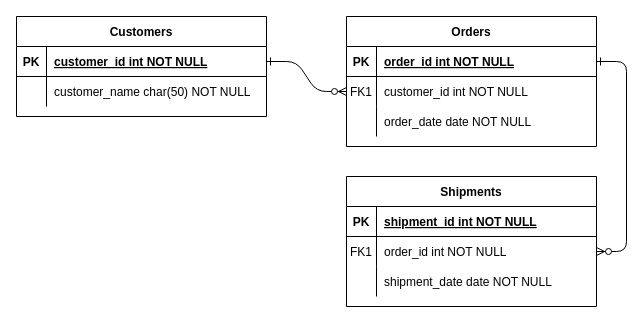
The-G-Man-Half-Life/PracticaMVC keeps this draw.io diagram as Diagrams/EntityRelationshipDiagram.drawio. Above is the earlier version. Source tidied: cells renumbered, new cells numbered last; positions are measured from the earlier drawing's top-left corner, leaving out a move shared by most shapes. Both pictures are drawn from the tidied source at 100%, with x=0, y=0 at pixel (16, 16).
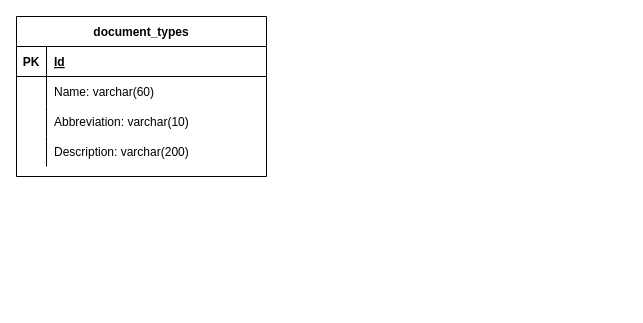
Above is the later version.

Commit message:
feat: creation of the ER diagram

Unchanged cells that the change refers to:
```xml
<mxCell id="25" style="shape=partialRectangle;fillColor=none;points=[[0,0.5],[1,0.5]];portConstraint=eastwest;top=0;left=0;right=0;bottom=1;" parent="24" vertex="1">
  <mxGeometry y="30" width="250" height="30" as="geometry" />
</mxCell>
<mxCell id="28" style="shape=partialRectangle;fillColor=none;top=0;left=0;right=0;bottom=0;" parent="24" vertex="1">
  <mxGeometry y="60" width="250" height="30" as="geometry" />
</mxCell>
```

The edit, as a diff of the source:
```diff
@@
-    <mxCell id="2" style="edgeStyle=entityRelationEdgeStyle;endArrow=ERzeroToMany;startArrow=ERone;endFill=1;startFill=0;" parent="1" edge="1" source="25" target="8">
-      <mxGeometry relative="1" as="geometry" />
-    </mxCell>
-    <mxCell id="3" style="edgeStyle=entityRelationEdgeStyle;endArrow=ERzeroToMany;startArrow=ERone;endFill=1;startFill=0;" parent="1" edge="1" source="5" target="18">
-      <mxGeometry relative="1" as="geometry" />
-    </mxCell>
-    <mxCell id="4" value="Orders" style="shape=table;startSize=30;childLayout=tableLayout;rowLines=0;fontStyle=1;align=center;" parent="1" vertex="1">
-      <mxGeometry x="330" width="250" height="130" as="geometry" />
-    </mxCell>
-    <mxCell id="5" style="shape=partialRectangle;fillColor=none;points=[[0,0.5],[1,0.5]];portConstraint=eastwest;top=0;left=0;right=0;bottom=1;" parent="4" vertex="1">
-      <mxGeometry y="30" width="250" height="30" as="geometry" />
-    </mxCell>
-    <mxCell id="6" value="PK" style="shape=partialRectangle;overflow=hidden;fillColor=none;top=0;left=0;bottom=0;right=0;fontStyle=1;" parent="5" vertex="1">
-      <mxGeometry width="30" height="30" as="geometry" />
-    </mxCell>
-    <mxCell id="7" value="order_id int NOT NULL " style="shape=partialRectangle;overflow=hidden;fillColor=none;top=0;left=0;bottom=0;right=0;align=left;spacingLeft=6;fontStyle=5;" parent="5" vertex="1">
-      <mxGeometry x="30" width="220" height="30" as="geometry" />
-    </mxCell>
-    <mxCell id="8" style="shape=partialRectangle;fillColor=none;points=[[0,0.5],[1,0.5]];portConstraint=eastwest;top=0;left=0;right=0;bottom=0;" parent="4" vertex="1">
-      <mxGeometry y="60" width="250" height="30" as="geometry" />
-    </mxCell>
-    <mxCell id="9" value="FK1" style="shape=partialRectangle;overflow=hidden;fillColor=none;top=0;left=0;bottom=0;right=0;" parent="8" vertex="1">
-      <mxGeometry width="30" height="30" as="geometry" />
-    </mxCell>
-    <mxCell id="10" value="customer_id int NOT NULL" style="shape=partialRectangle;overflow=hidden;fillColor=none;top=0;left=0;bottom=0;right=0;align=left;spacingLeft=6;" parent="8" vertex="1">
-      <mxGeometry x="30" width="220" height="30" as="geometry" />
-    </mxCell>
-    <mxCell id="11" style="shape=partialRectangle;fillColor=none;top=0;left=0;right=0;bottom=0;" parent="4" vertex="1">
-      <mxGeometry y="90" width="250" height="30" as="geometry" />
-    </mxCell>
-    <mxCell id="12" style="shape=partialRectangle;overflow=hidden;fillColor=none;top=0;left=0;bottom=0;right=0;" parent="11" vertex="1">
-      <mxGeometry width="30" height="30" as="geometry" />
-    </mxCell>
-    <mxCell id="13" value="order_date date NOT NULL" style="shape=partialRectangle;overflow=hidden;fillColor=none;top=0;left=0;bottom=0;right=0;align=left;spacingLeft=6;" parent="11" vertex="1">
-      <mxGeometry x="30" width="220" height="30" as="geometry" />
-    </mxCell>
-    <mxCell id="14" value="Shipments" style="shape=table;startSize=30;childLayout=tableLayout;rowLines=0;fontStyle=1;align=center;" parent="1" vertex="1">
-      <mxGeometry x="330" y="160" width="250" height="130" as="geometry" />
-    </mxCell>
-    <mxCell id="15" style="shape=partialRectangle;fillColor=none;top=0;left=0;right=0;bottom=1;" parent="14" vertex="1">
-      <mxGeometry y="30" width="250" height="30" as="geometry" />
-    </mxCell>
-    <mxCell id="16" value="PK" style="shape=partialRectangle;overflow=hidden;fillColor=none;top=0;left=0;bottom=0;right=0;fontStyle=1;" parent="15" vertex="1">
-      <mxGeometry width="30" height="30" as="geometry" />
-    </mxCell>
-    <mxCell id="17" value="shipment_id int NOT NULL " style="shape=partialRectangle;overflow=hidden;fillColor=none;top=0;left=0;bottom=0;right=0;align=left;spacingLeft=6;fontStyle=5;" parent="15" vertex="1">
-      <mxGeometry x="30" width="220" height="30" as="geometry" />
-    </mxCell>
-    <mxCell id="18" style="shape=partialRectangle;fillColor=none;points=[[0,0.5],[1,0.5]];portConstraint=eastwest;top=0;left=0;right=0;bottom=0;" parent="14" vertex="1">
-      <mxGeometry y="60" width="250" height="30" as="geometry" />
-    </mxCell>
-    <mxCell id="19" value="FK1" style="shape=partialRectangle;overflow=hidden;fillColor=none;top=0;left=0;bottom=0;right=0;" parent="18" vertex="1">
-      <mxGeometry width="30" height="30" as="geometry" />
-    </mxCell>
-    <mxCell id="20" value="order_id int NOT NULL" style="shape=partialRectangle;overflow=hidden;fillColor=none;top=0;left=0;bottom=0;right=0;align=left;spacingLeft=6;" parent="18" vertex="1">
-      <mxGeometry x="30" width="220" height="30" as="geometry" />
-    </mxCell>
-    <mxCell id="21" style="shape=partialRectangle;fillColor=none;top=0;left=0;right=0;bottom=0;" parent="14" vertex="1">
-      <mxGeometry y="90" width="250" height="30" as="geometry" />
-    </mxCell>
-    <mxCell id="22" style="shape=partialRectangle;overflow=hidden;fillColor=none;top=0;left=0;bottom=0;right=0;" parent="21" vertex="1">
-      <mxGeometry width="30" height="30" as="geometry" />
-    </mxCell>
-    <mxCell id="23" value="shipment_date date NOT NULL" style="shape=partialRectangle;overflow=hidden;fillColor=none;top=0;left=0;bottom=0;right=0;align=left;spacingLeft=6;" parent="21" vertex="1">
-      <mxGeometry x="30" width="220" height="30" as="geometry" />
-    </mxCell>
-    <mxCell id="24" value="Customers" style="shape=table;startSize=30;childLayout=tableLayout;rowLines=0;fontStyle=1;align=center;" parent="1" vertex="1">
-      <mxGeometry width="250" height="100" as="geometry" />
+    <mxCell id="24" value="document_types" style="shape=table;startSize=30;childLayout=tableLayout;rowLines=0;fontStyle=1;align=center;" parent="1" vertex="1">
+      <mxGeometry width="250" height="160" as="geometry" />
     </mxCell>
@@
-    <mxCell id="27" value="customer_id int NOT NULL " style="shape=partialRectangle;overflow=hidden;fillColor=none;top=0;left=0;bottom=0;right=0;align=left;spacingLeft=6;fontStyle=5;" parent="25" vertex="1">
+    <mxCell id="27" value="Id" style="shape=partialRectangle;overflow=hidden;fillColor=none;top=0;left=0;bottom=0;right=0;align=left;spacingLeft=6;fontStyle=5;" parent="25" vertex="1">
       <mxGeometry x="30" width="220" height="30" as="geometry" />
     </mxCell>
@@
-    <mxCell id="30" value="customer_name char(50) NOT NULL" style="shape=partialRectangle;overflow=hidden;fillColor=none;top=0;left=0;bottom=0;right=0;align=left;spacingLeft=6;" parent="28" vertex="1">
+    <mxCell id="30" value="Name: varchar(60)" style="shape=partialRectangle;overflow=hidden;fillColor=none;top=0;left=0;bottom=0;right=0;align=left;spacingLeft=6;" parent="28" vertex="1">
       <mxGeometry x="30" width="220" height="30" as="geometry" />
     </mxCell>
+    <mxCell id="31" style="shape=partialRectangle;fillColor=none;top=0;left=0;right=0;bottom=0;" parent="24" vertex="1">
+      <mxGeometry y="90" width="250" height="30" as="geometry" />
+    </mxCell>
+    <mxCell id="32" style="shape=partialRectangle;overflow=hidden;fillColor=none;top=0;left=0;bottom=0;right=0;" parent="31" vertex="1">
+      <mxGeometry width="30" height="30" as="geometry" />
+    </mxCell>
+    <mxCell id="33" value="Abbreviation: varchar(10)" style="shape=partialRectangle;overflow=hidden;fillColor=none;top=0;left=0;bottom=0;right=0;align=left;spacingLeft=6;" parent="31" vertex="1">
+      <mxGeometry x="30" width="220" height="30" as="geometry" />
+    </mxCell>
+    <mxCell id="34" style="shape=partialRectangle;fillColor=none;top=0;left=0;right=0;bottom=0;" parent="24" vertex="1">
+      <mxGeometry y="120" width="250" height="30" as="geometry" />
+    </mxCell>
+    <mxCell id="35" style="shape=partialRectangle;overflow=hidden;fillColor=none;top=0;left=0;bottom=0;right=0;" parent="34" vertex="1">
+      <mxGeometry width="30" height="30" as="geometry" />
+    </mxCell>
+    <mxCell id="36" value="Description: varchar(200)" style="shape=partialRectangle;overflow=hidden;fillColor=none;top=0;left=0;bottom=0;right=0;align=left;spacingLeft=6;" parent="34" vertex="1">
+      <mxGeometry x="30" width="220" height="30" as="geometry" />
+    </mxCell>
```
